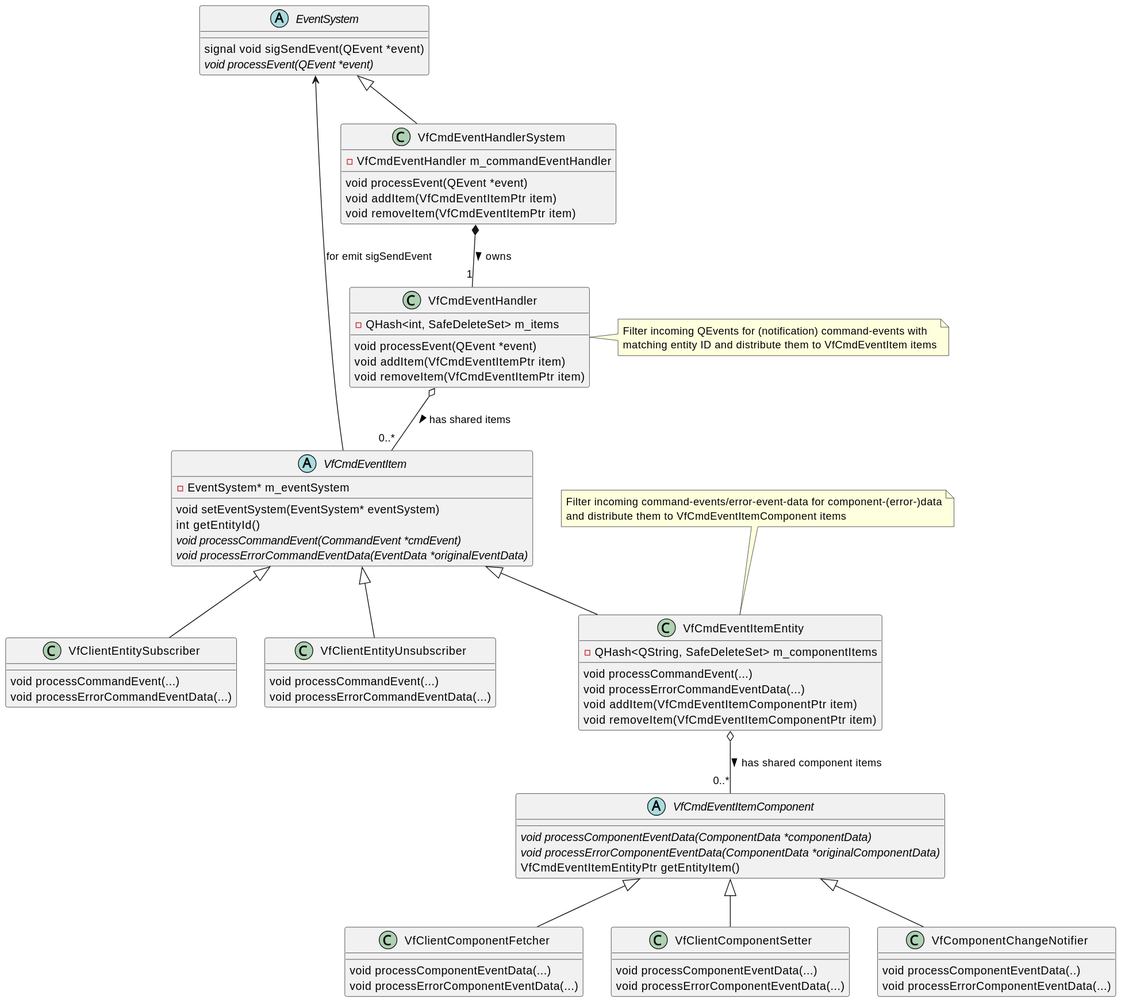
Earlier version of the PlantUML export convenient-code/doc/convenient-code-uml.svg (ZeraGmbH/vein-framework).
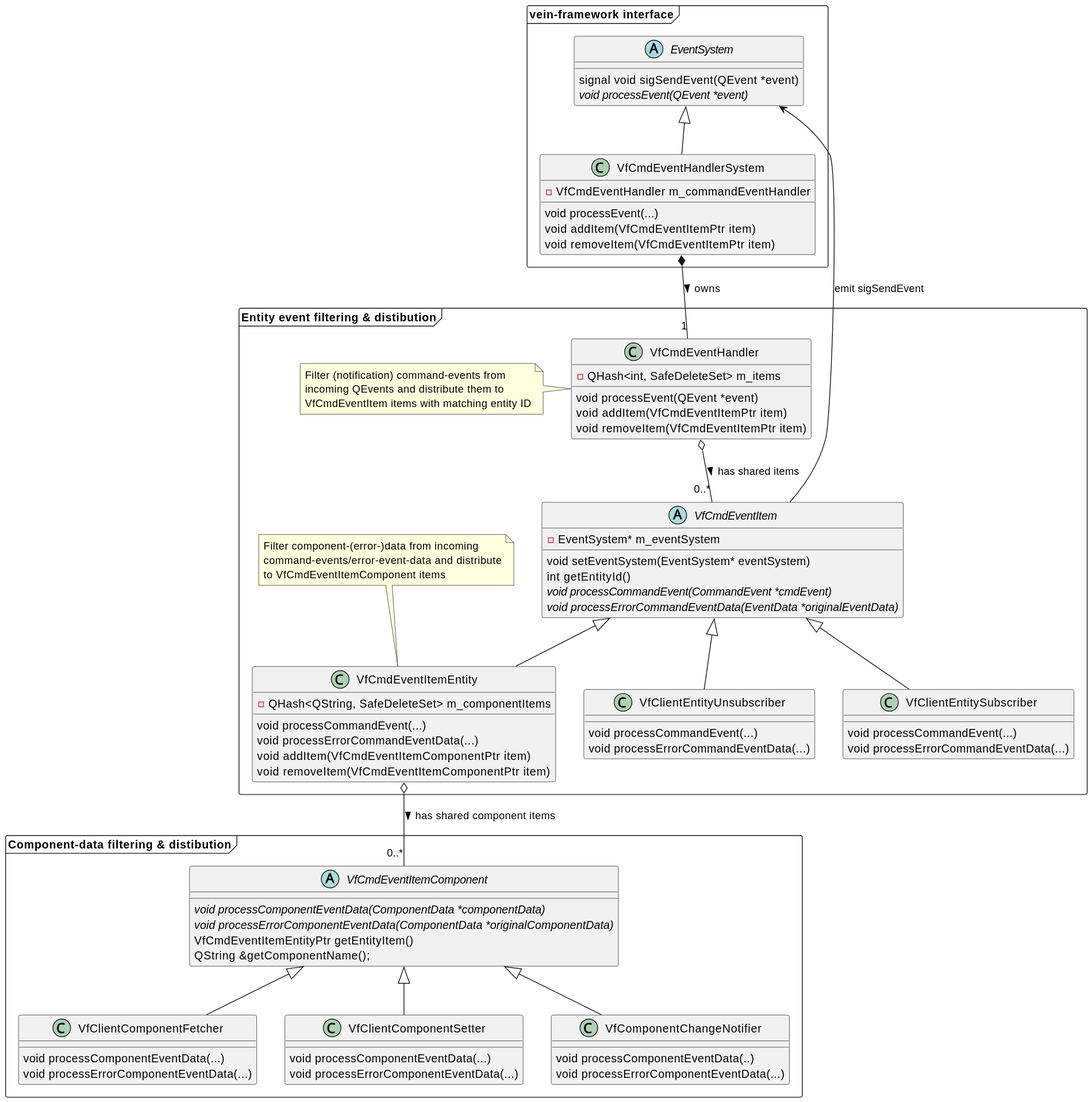
After the commit.

Commit message:
convenient-code/doc: Introduce logical blocks

Change to the diagram source:
```diff
@@ -1,82 +1,95 @@
 @startuml
-EventSystem <|-- VfCmdEventHandlerSystem
-abstract class EventSystem {
-    signal void sigSendEvent(QEvent *event)
-    {abstract} void processEvent(QEvent *event)
+package "vein-framework interface" <<Frame>> {
+    abstract class EventSystem {
+        signal void sigSendEvent(QEvent *event)
+        {abstract} void processEvent(QEvent *event)
+    }
+
+    class VfCmdEventHandlerSystem {
+        void processEvent(...)
+        void addItem(VfCmdEventItemPtr item)
+        void removeItem(VfCmdEventItemPtr item)
+        -VfCmdEventHandler m_commandEventHandler
+    }
 }
 
-class VfCmdEventHandlerSystem {
-    void processEvent(QEvent *event)
-    void addItem(VfCmdEventItemPtr item)
-    void removeItem(VfCmdEventItemPtr item)
-    -VfCmdEventHandler m_commandEventHandler
+
+package "Entity event filtering & distibution" <<Frame>> {
+    class VfCmdEventHandler {
+        void processEvent(QEvent *event)
+        void addItem(VfCmdEventItemPtr item)
+        void removeItem(VfCmdEventItemPtr item)
+        -QHash<int, SafeDeleteSet> m_items
+    }
+    note left: Filter (notification) command-events from\nincoming QEvents and distribute them to\nVfCmdEventItem items with matching entity ID
+
+    abstract class VfCmdEventItem {
+        void setEventSystem(EventSystem* eventSystem)
+        int getEntityId()
+        {abstract} void processCommandEvent(CommandEvent *cmdEvent)
+        {abstract} void processErrorCommandEventData(EventData *originalEventData)
+        -EventSystem* m_eventSystem
+    }
+
+    class VfClientEntitySubscriber {
+        void processCommandEvent(...)
+        void processErrorCommandEventData(...)
+    }
+
+    class VfClientEntityUnsubscriber {
+        void processCommandEvent(...)
+        void processErrorCommandEventData(...)
+    }
+
+    class VfCmdEventItemEntity {
+        void processCommandEvent(...)
+        void processErrorCommandEventData(...)
+        void addItem(VfCmdEventItemComponentPtr item)
+        void removeItem(VfCmdEventItemComponentPtr item)
+        -QHash<QString, SafeDeleteSet> m_componentItems
+    }
+    note top of VfCmdEventItemEntity: Filter component-(error-)data from incoming\ncommand-events/error-event-data and distribute\nto VfCmdEventItemComponent items
 }
 
-VfCmdEventHandlerSystem *-- "1" VfCmdEventHandler : owns >
-VfCmdEventHandler o-- "0..*" VfCmdEventItem : has shared items >
-
-class VfCmdEventHandler {
-    void processEvent(QEvent *event)
-    void addItem(VfCmdEventItemPtr item)
-    void removeItem(VfCmdEventItemPtr item)
-    -QHash<int, SafeDeleteSet> m_items
-}
-note right of VfCmdEventHandler: Filter incoming QEvents for (notification) command-events with\nmatching entity ID and distribute them to VfCmdEventItem items
-
-EventSystem <-- VfCmdEventItem: for emit sigSendEvent
-abstract class VfCmdEventItem {
-    void setEventSystem(EventSystem* eventSystem)
-    int getEntityId()
-    {abstract} void processCommandEvent(CommandEvent *cmdEvent)
-    {abstract} void processErrorCommandEventData(EventData *originalEventData)
-    -EventSystem* m_eventSystem
-}
-
-VfCmdEventItem <|-- VfClientEntitySubscriber
-class VfClientEntitySubscriber {
-    void processCommandEvent(...)
-    void processErrorCommandEventData(...)
-}
-
-VfCmdEventItem <|-- VfClientEntityUnsubscriber
-class VfClientEntityUnsubscriber {
-    void processCommandEvent(...)
-    void processErrorCommandEventData(...)
-}
-
-class VfCmdEventItemEntity {
-    void processCommandEvent(...)
-    void processErrorCommandEventData(...)
-    void addItem(VfCmdEventItemComponentPtr item)
-    void removeItem(VfCmdEventItemComponentPtr item)
-    -QHash<QString, SafeDeleteSet> m_componentItems
-}
-note top of VfCmdEventItemEntity: Filter incoming command-events/error-event-data for component-(error-)data\nand distribute them to VfCmdEventItemComponent items
-VfCmdEventItemEntity -up-|> VfCmdEventItem
-
-VfCmdEventItemEntity o-- "0..*" VfCmdEventItemComponent : has shared component items >
+package "Component-data filtering & distibution" <<Frame>> {
 abstract class VfCmdEventItemComponent {
     {abstract} void processComponentEventData(ComponentData *componentData)
     {abstract} void processErrorComponentEventData(ComponentData *originalComponentData)
     VfCmdEventItemEntityPtr getEntityItem()
+    QString &getComponentName();
 }
 
 class VfClientComponentFetcher {
     void processComponentEventData(...)
     void processErrorComponentEventData(...)
 }
-VfClientComponentFetcher -up-|> VfCmdEventItemComponent
 
 class VfClientComponentSetter {
     void processComponentEventData(...)
     void processErrorComponentEventData(...)
 }
-VfClientComponentSetter -up-|> VfCmdEventItemComponent
 
 class VfComponentChangeNotifier {
     void processComponentEventData(..)
     void processErrorComponentEventData(...)
 }
-VfComponentChangeNotifier -up-|> VfCmdEventItemComponent
+}
+
+EventSystem <|-- VfCmdEventHandlerSystem
+
+VfCmdEventHandlerSystem *-- "1" VfCmdEventHandler : owns >
+VfCmdEventHandler o-- "0..*" VfCmdEventItem : has shared items >
+
+EventSystem <-- VfCmdEventItem: emit sigSendEvent
+
+VfCmdEventItem <|-- VfClientEntitySubscriber
+VfCmdEventItem <|-- VfClientEntityUnsubscriber
+
+VfCmdEventItem <|-- VfCmdEventItemEntity
+VfCmdEventItemEntity o-- "0..*" VfCmdEventItemComponent : has shared component items >
+
+VfCmdEventItemComponent <|-- VfClientComponentFetcher
+VfCmdEventItemComponent <|-- VfClientComponentSetter
+VfCmdEventItemComponent <|-- VfComponentChangeNotifier
 
 @endum
```
